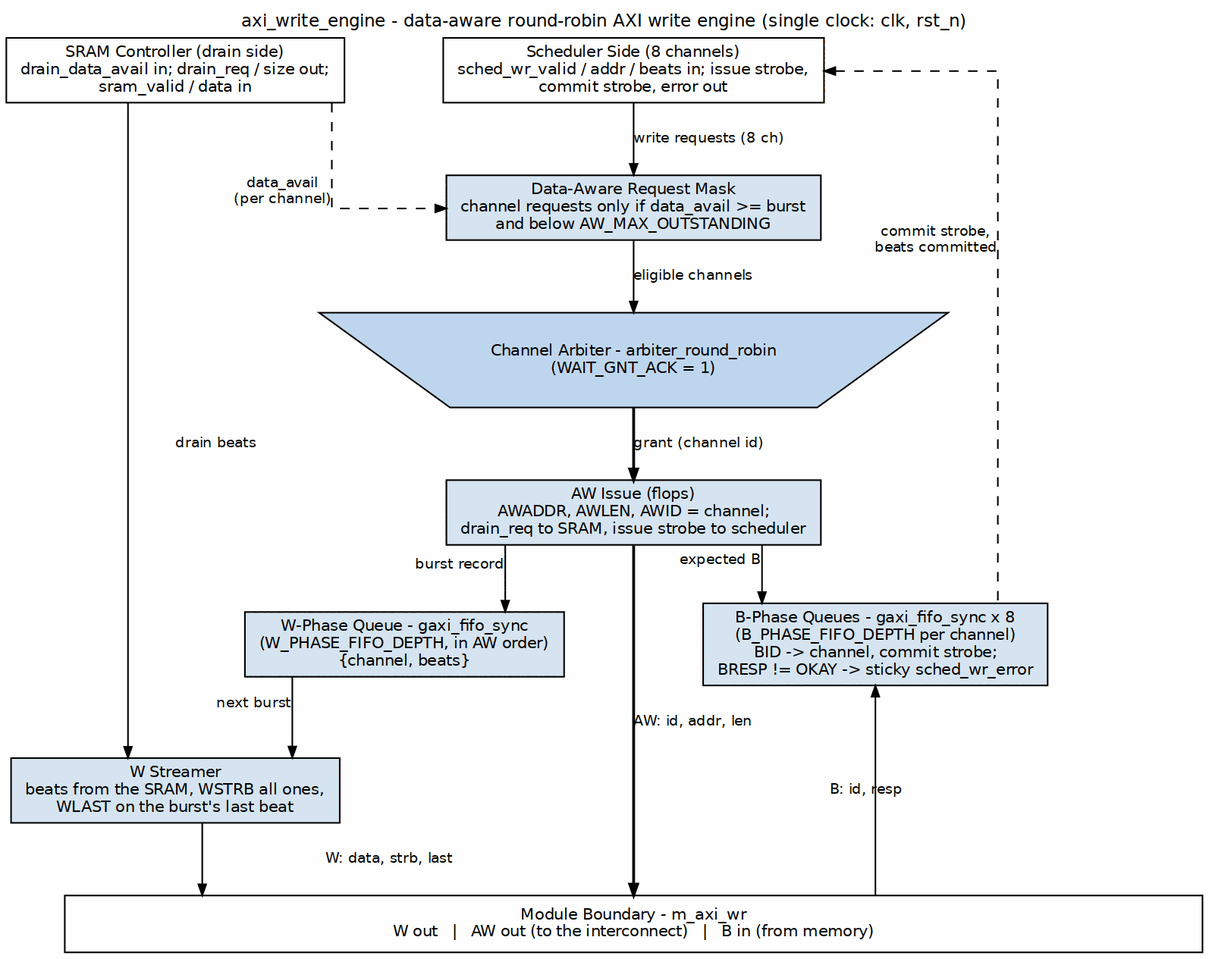
sean-galloway/RTLDesignSherpa keeps this Graphviz diagram as projects/components/dma-ip/stream/docs/stream_mas/assets/graphviz/10_axi_write_engine.png. Above is the earlier version. Its source is kept beside it as projects/components/dma-ip/stream/docs/stream_mas/assets/graphviz/10_axi_write_engine.dot. The source it was exported from:
```dot
digraph axi_write_engine {
    graph [rankdir=TB, bgcolor="white", fontname="Helvetica", fontsize=11,
           nodesep="0.40", ranksep="0.50", splines=ortho,
           label="axi_write_engine - data-aware round-robin AXI write engine (single clock: clk, rst_n)",
           labelloc=t, labeljust=c];
    node  [fontname="Helvetica", fontsize=10, shape=box, style=filled,
           fillcolor="#D6E4F0", color="black", margin="0.12,0.06"];
    edge  [fontname="Helvetica", fontsize=9, color="black", arrowsize=0.7];

    sram  [label="SRAM Controller (drain side)\ndrain_data_avail in; drain_req / size out;\nsram_valid / data in", fillcolor="white", group=L];
    sched [label="Scheduler Side (8 channels)\nsched_wr_valid / addr / beats in; issue strobe,\ncommit strobe, error out", fillcolor="white", group=C];

    mask  [label="Data-Aware Request Mask\nchannel requests only if data_avail >= burst\nand below AW_MAX_OUTSTANDING", group=C];
    arb   [label="Channel Arbiter - arbiter_round_robin\n(WAIT_GNT_ACK = 1)", shape=invtrapezium, width=4.6, fillcolor="#BFD7EE", group=C];
    aw    [label="AW Issue (flops)\nAWADDR, AWLEN, AWID = channel;\ndrain_req to SRAM, issue strobe to scheduler", group=C];
    wph   [label="W-Phase Queue - gaxi_fifo_sync\n(W_PHASE_FIFO_DEPTH, in AW order)\n{channel, beats}", group=M];
    wgen  [label="W Streamer\nbeats from the SRAM, WSTRB all ones,\nWLAST on the burst's last beat", group=L];
    bph   [label="B-Phase Queues - gaxi_fifo_sync x 8\n(B_PHASE_FIFO_DEPTH per channel)\nBID -> channel, commit strobe;\nBRESP != OKAY -> sticky sched_wr_error", group=R];

    bar [label="Module Boundary - m_axi_wr\nW out   |   AW out (to the interconnect)   |   B in (from memory)", fillcolor="white", width=10.0, group=C];

    sched -> mask [label="write requests (8 ch)"];
    sram  -> mask [style=dashed, xlabel="data_avail\n(per channel)"];
    mask  -> arb  [label="eligible channels"];
    arb   -> aw   [label="grant (channel id)", penwidth=1.8];
    aw    -> wph  [xlabel="burst record"];
    aw    -> bph  [xlabel="expected B"];
    wph   -> wgen [xlabel="next burst"];
    sram  -> wgen [label="drain beats"];
    wgen  -> bar  [label="W: data, strb, last"];
    aw    -> bar  [label="AW: id, addr, len", penwidth=1.8];
    bph   -> bar  [dir=back, label="B: id, resp"];
    sched -> bph  [dir=back, style=dashed, constraint=false, xlabel="commit strobe,\nbeats committed"];

    { rank=same; sram; sched; }
    sram -> sched [style=invis];
    { rank=same; wph; bph; }
    wph -> bph [style=invis];
}
```
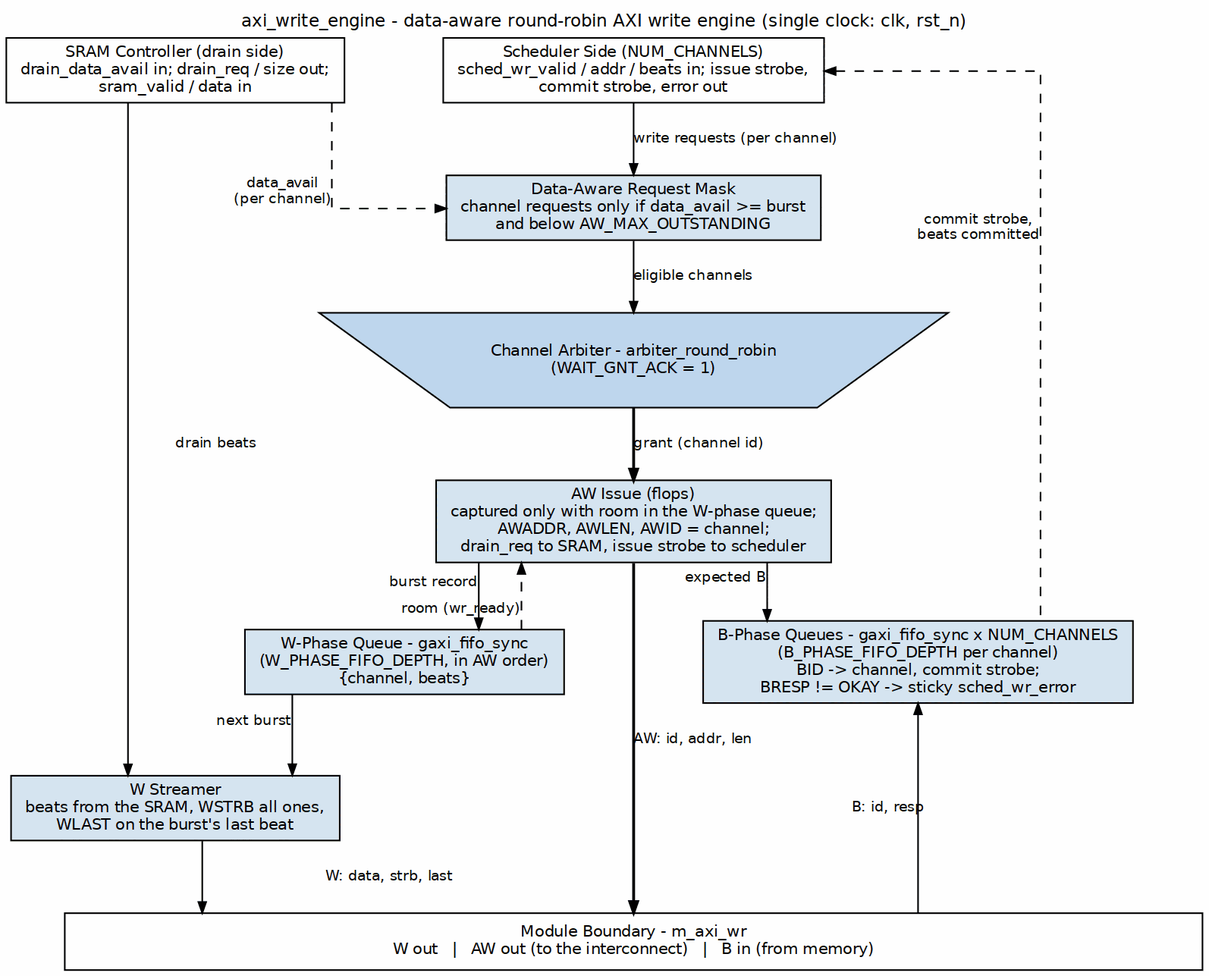
After the commit.

Change to the diagram source:
```diff
@@ -8,22 +8,23 @@
     edge  [fontname="Helvetica", fontsize=9, color="black", arrowsize=0.7];
 
     sram  [label="SRAM Controller (drain side)\ndrain_data_avail in; drain_req / size out;\nsram_valid / data in", fillcolor="white", group=L];
-    sched [label="Scheduler Side (8 channels)\nsched_wr_valid / addr / beats in; issue strobe,\ncommit strobe, error out", fillcolor="white", group=C];
+    sched [label="Scheduler Side (NUM_CHANNELS)\nsched_wr_valid / addr / beats in; issue strobe,\ncommit strobe, error out", fillcolor="white", group=C];
 
     mask  [label="Data-Aware Request Mask\nchannel requests only if data_avail >= burst\nand below AW_MAX_OUTSTANDING", group=C];
     arb   [label="Channel Arbiter - arbiter_round_robin\n(WAIT_GNT_ACK = 1)", shape=invtrapezium, width=4.6, fillcolor="#BFD7EE", group=C];
-    aw    [label="AW Issue (flops)\nAWADDR, AWLEN, AWID = channel;\ndrain_req to SRAM, issue strobe to scheduler", group=C];
+    aw    [label="AW Issue (flops)\ncaptured only with room in the W-phase queue;\nAWADDR, AWLEN, AWID = channel;\ndrain_req to SRAM, issue strobe to scheduler", group=C];
     wph   [label="W-Phase Queue - gaxi_fifo_sync\n(W_PHASE_FIFO_DEPTH, in AW order)\n{channel, beats}", group=M];
     wgen  [label="W Streamer\nbeats from the SRAM, WSTRB all ones,\nWLAST on the burst's last beat", group=L];
-    bph   [label="B-Phase Queues - gaxi_fifo_sync x 8\n(B_PHASE_FIFO_DEPTH per channel)\nBID -> channel, commit strobe;\nBRESP != OKAY -> sticky sched_wr_error", group=R];
+    bph   [label="B-Phase Queues - gaxi_fifo_sync x NUM_CHANNELS\n(B_PHASE_FIFO_DEPTH per channel)\nBID -> channel, commit strobe;\nBRESP != OKAY -> sticky sched_wr_error", group=R];
 
     bar [label="Module Boundary - m_axi_wr\nW out   |   AW out (to the interconnect)   |   B in (from memory)", fillcolor="white", width=10.0, group=C];
 
-    sched -> mask [label="write requests (8 ch)"];
+    sched -> mask [label="write requests (per channel)"];
     sram  -> mask [style=dashed, xlabel="data_avail\n(per channel)"];
     mask  -> arb  [label="eligible channels"];
     arb   -> aw   [label="grant (channel id)", penwidth=1.8];
     aw    -> wph  [xlabel="burst record"];
+    wph   -> aw   [style=dashed, constraint=false, xlabel="room (wr_ready)"];
     aw    -> bph  [xlabel="expected B"];
     wph   -> wgen [xlabel="next burst"];
     sram  -> wgen [label="drain beats"];
```
